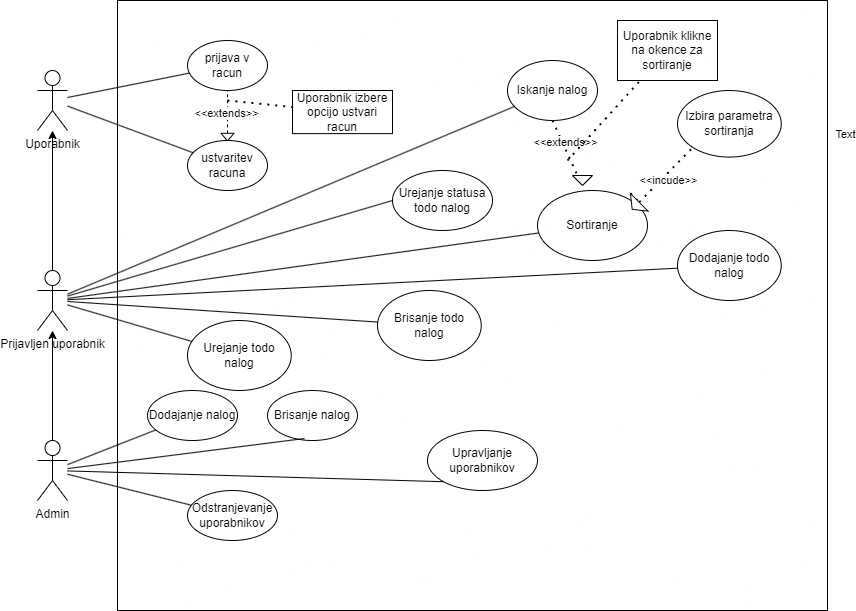
This is DPURIS.png from yoru301/ToDo, a draw.io export, as it was before one commit. Source tidied: cells renumbered, new cells last; positions are measured from the earlier drawing's top-left corner, leaving out a move shared by most shapes.
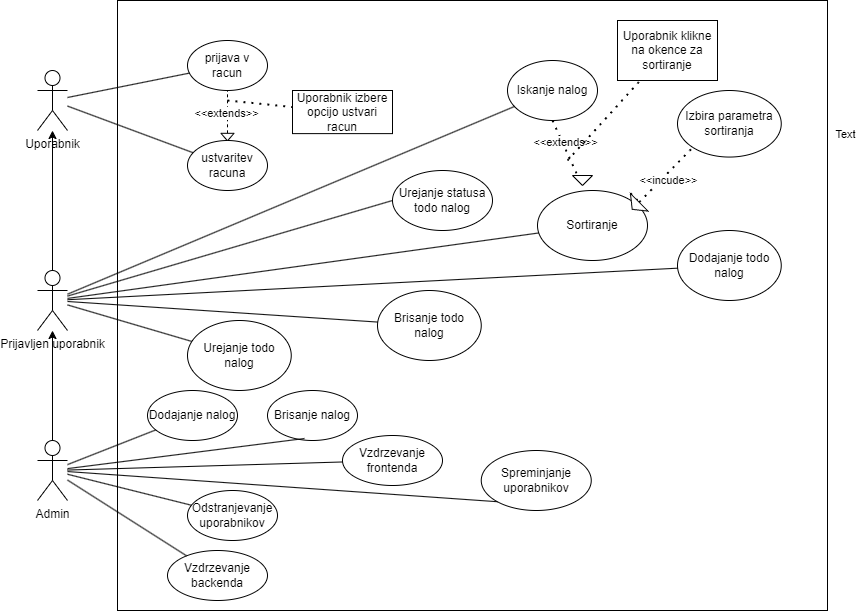
The same file after the commit.

Commit message:
DPU: another update

What changed in the source:
```diff
@@ -84,8 +84,8 @@
     <mxCell id="27" style="endArrow=none;html=1;rounded=0;" parent="1" edge="1" source="24" target="26">
       <mxGeometry relative="1" as="geometry" />
     </mxCell>
-    <mxCell id="28" value="Upravljanje uporabnikov" style="ellipse;whiteSpace=wrap;html=1;" parent="1" vertex="1">
-      <mxGeometry x="390" y="430" width="110" height="60" as="geometry" />
+    <mxCell id="28" value="Spreminjanje uporabnikov" style="ellipse;whiteSpace=wrap;html=1;" parent="1" vertex="1">
+      <mxGeometry x="443.8" y="450" width="110" height="60" as="geometry" />
     </mxCell>
     <mxCell id="29" style="endArrow=none;html=1;rounded=0;entryX=0;entryY=1;entryDx=0;entryDy=0;" parent="1" edge="1" source="24" target="28">
       <mxGeometry relative="1" as="geometry" />
@@ -157,5 +157,17 @@
     <mxCell id="48" style="triangle;whiteSpace=wrap;html=1;rotation=135;" parent="1" vertex="1">
       <mxGeometry x="593.2" y="192.8" width="10" height="25" as="geometry" />
     </mxCell>
+    <mxCell id="49" value="Vzdrzevanje frontenda" style="ellipse;whiteSpace=wrap;html=1;" parent="1" vertex="1">
+      <mxGeometry x="305" y="435" width="100" height="50" as="geometry" />
+    </mxCell>
+    <mxCell id="50" value="Vzdrzevanje backenda" style="ellipse;whiteSpace=wrap;html=1;" parent="1" vertex="1">
+      <mxGeometry x="130" y="550" width="100" height="50" as="geometry" />
+    </mxCell>
+    <mxCell id="51" style="endArrow=none;html=1;rounded=0;" parent="1" edge="1" source="24" target="50">
+      <mxGeometry relative="1" as="geometry" />
+    </mxCell>
+    <mxCell id="52" style="endArrow=none;html=1;rounded=0;" parent="1" edge="1" source="24" target="49">
+      <mxGeometry relative="1" as="geometry" />
+    </mxCell>
   </root>
 </mxGraphModel>
```
